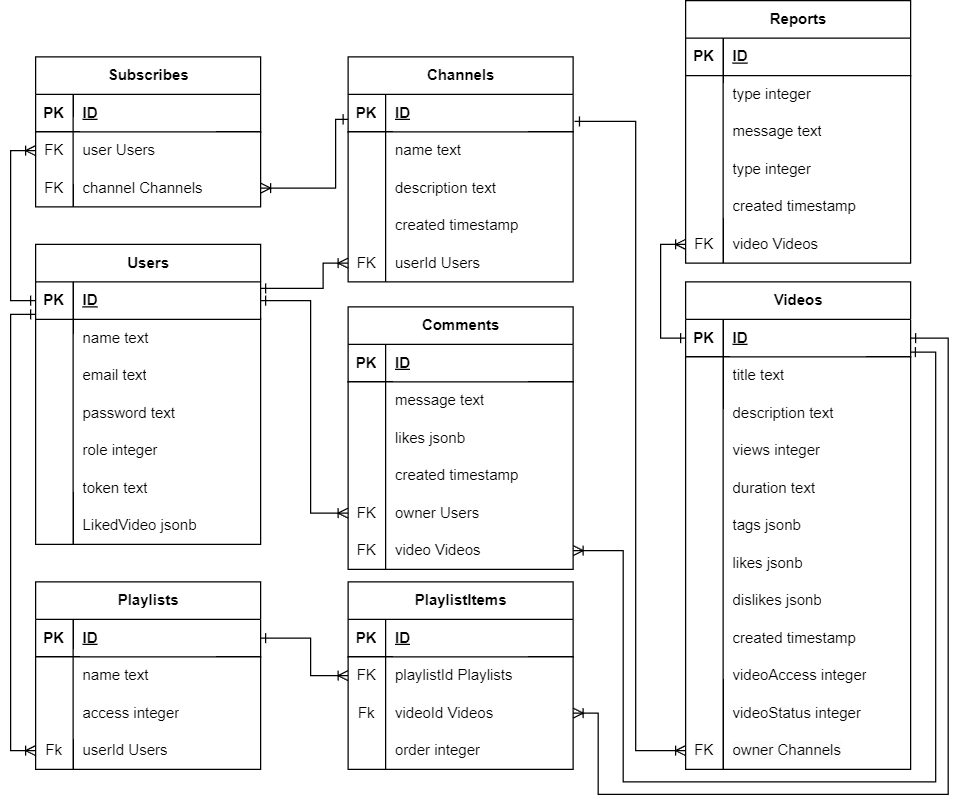
This is BD.drawio.png from DioMain/BYTUBE, a draw.io export, as it was before one commit. Source tidied: cells renumbered, new cells last; positions are measured from the earlier drawing's top-left corner, leaving out a move shared by most shapes.
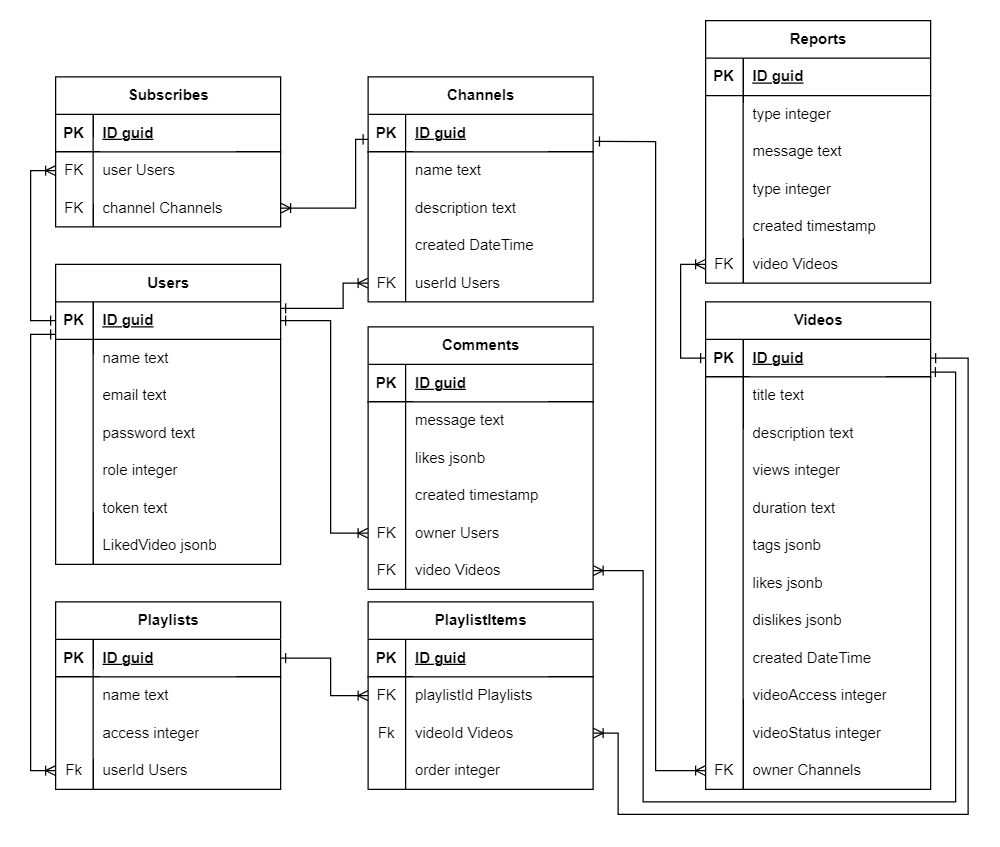
Later version of the same file.

Diff of the diagram source:
```diff
@@ -11,7 +11,7 @@
     <mxCell id="4" value="PK" style="shape=partialRectangle;fillColor=none;top=0;left=0;bottom=0;right=0;fontStyle=1;overflow=hidden;whiteSpace=wrap;html=1;" parent="3" vertex="1">
       <mxGeometry width="30" height="30" as="geometry" />
     </mxCell>
-    <mxCell id="5" value="ID" style="shape=partialRectangle;fillColor=none;top=0;left=0;bottom=0;right=0;align=left;spacingLeft=6;fontStyle=5;overflow=hidden;whiteSpace=wrap;html=1;" parent="3" vertex="1">
+    <mxCell id="5" value="ID guid" style="shape=partialRectangle;fillColor=none;top=0;left=0;bottom=0;right=0;align=left;spacingLeft=6;fontStyle=5;overflow=hidden;whiteSpace=wrap;html=1;" parent="3" vertex="1">
       <mxGeometry x="30" width="150" height="30" as="geometry" />
     </mxCell>
     <mxCell id="6" style="shape=tableRow;horizontal=0;startSize=0;swimlaneHead=0;swimlaneBody=0;fillColor=none;top=0;left=0;right=0;bottom=0;" parent="2" vertex="1">
@@ -77,7 +77,7 @@
     <mxCell id="26" value="PK" style="shape=partialRectangle;fillColor=none;top=0;left=0;bottom=0;right=0;fontStyle=1;overflow=hidden;whiteSpace=wrap;html=1;" parent="25" vertex="1">
       <mxGeometry width="30" height="30" as="geometry" />
     </mxCell>
-    <mxCell id="27" value="ID" style="shape=partialRectangle;fillColor=none;top=0;left=0;bottom=0;right=0;align=left;spacingLeft=6;fontStyle=5;overflow=hidden;whiteSpace=wrap;html=1;" parent="25" vertex="1">
+    <mxCell id="27" value="ID guid" style="shape=partialRectangle;fillColor=none;top=0;left=0;bottom=0;right=0;align=left;spacingLeft=6;fontStyle=5;overflow=hidden;whiteSpace=wrap;html=1;" parent="25" vertex="1">
       <mxGeometry x="30" width="150" height="30" as="geometry" />
     </mxCell>
     <mxCell id="28" style="shape=tableRow;horizontal=0;startSize=0;swimlaneHead=0;swimlaneBody=0;fillColor=none;top=0;left=0;right=0;bottom=0;" parent="24" vertex="1">
@@ -104,7 +104,7 @@
     <mxCell id="35" style="shape=partialRectangle;fillColor=none;top=0;left=0;bottom=0;right=0;overflow=hidden;whiteSpace=wrap;html=1;" parent="34" vertex="1">
       <mxGeometry width="30" height="30" as="geometry" />
     </mxCell>
-    <mxCell id="36" value="created timestamp" style="shape=partialRectangle;fillColor=none;top=0;left=0;bottom=0;right=0;align=left;spacingLeft=6;overflow=hidden;whiteSpace=wrap;html=1;" parent="34" vertex="1">
+    <mxCell id="36" value="created DateTime" style="shape=partialRectangle;fillColor=none;top=0;left=0;bottom=0;right=0;align=left;spacingLeft=6;overflow=hidden;whiteSpace=wrap;html=1;" parent="34" vertex="1">
       <mxGeometry x="30" width="150" height="30" as="geometry" />
     </mxCell>
     <mxCell id="37" style="shape=tableRow;horizontal=0;startSize=0;swimlaneHead=0;swimlaneBody=0;fillColor=none;points=[[0,0.5],[1,0.5]];portConstraint=eastwest;top=0;left=0;right=0;bottom=0;" parent="24" vertex="1">
@@ -125,7 +125,7 @@
     <mxCell id="42" value="PK" style="shape=partialRectangle;fillColor=none;top=0;left=0;bottom=0;right=0;fontStyle=1;overflow=hidden;whiteSpace=wrap;html=1;" parent="41" vertex="1">
       <mxGeometry width="30" height="30" as="geometry" />
     </mxCell>
-    <mxCell id="43" value="ID" style="shape=partialRectangle;fillColor=none;top=0;left=0;bottom=0;right=0;align=left;spacingLeft=6;fontStyle=5;overflow=hidden;whiteSpace=wrap;html=1;" parent="41" vertex="1">
+    <mxCell id="43" value="ID guid" style="shape=partialRectangle;fillColor=none;top=0;left=0;bottom=0;right=0;align=left;spacingLeft=6;fontStyle=5;overflow=hidden;whiteSpace=wrap;html=1;" parent="41" vertex="1">
       <mxGeometry x="30" width="150" height="30" as="geometry" />
     </mxCell>
     <mxCell id="44" style="shape=tableRow;horizontal=0;startSize=0;swimlaneHead=0;swimlaneBody=0;fillColor=none;top=0;left=0;right=0;bottom=0;" parent="40" vertex="1">
@@ -197,7 +197,7 @@
     <mxCell id="66" style="shape=partialRectangle;fillColor=none;top=0;left=0;bottom=0;right=0;overflow=hidden;whiteSpace=wrap;html=1;" parent="65" vertex="1">
       <mxGeometry width="30" height="30" as="geometry" />
     </mxCell>
-    <mxCell id="67" value="created timestamp" style="shape=partialRectangle;fillColor=none;top=0;left=0;bottom=0;right=0;align=left;spacingLeft=6;overflow=hidden;whiteSpace=wrap;html=1;" parent="65" vertex="1">
+    <mxCell id="67" value="created DateTime" style="shape=partialRectangle;fillColor=none;top=0;left=0;bottom=0;right=0;align=left;spacingLeft=6;overflow=hidden;whiteSpace=wrap;html=1;" parent="65" vertex="1">
       <mxGeometry x="30" width="150" height="30" as="geometry" />
     </mxCell>
     <mxCell id="68" style="shape=tableRow;horizontal=0;startSize=0;swimlaneHead=0;swimlaneBody=0;fillColor=none;top=0;left=0;right=0;bottom=0;" parent="40" vertex="1">
@@ -236,7 +236,7 @@
     <mxCell id="79" value="PK" style="shape=partialRectangle;fillColor=none;top=0;left=0;bottom=0;right=0;fontStyle=1;overflow=hidden;whiteSpace=wrap;html=1;" parent="78" vertex="1">
       <mxGeometry width="30" height="30" as="geometry" />
     </mxCell>
-    <mxCell id="80" value="ID" style="shape=partialRectangle;fillColor=none;top=0;left=0;bottom=0;right=0;align=left;spacingLeft=6;fontStyle=5;overflow=hidden;whiteSpace=wrap;html=1;" parent="78" vertex="1">
+    <mxCell id="80" value="ID guid" style="shape=partialRectangle;fillColor=none;top=0;left=0;bottom=0;right=0;align=left;spacingLeft=6;fontStyle=5;overflow=hidden;whiteSpace=wrap;html=1;" parent="78" vertex="1">
       <mxGeometry x="30" width="150" height="30" as="geometry" />
     </mxCell>
     <mxCell id="81" style="shape=tableRow;horizontal=0;startSize=0;swimlaneHead=0;swimlaneBody=0;fillColor=none;points=[[0,0.5],[1,0.5]];portConstraint=eastwest;top=0;left=0;right=0;bottom=0;" parent="77" vertex="1">
@@ -266,7 +266,7 @@
     <mxCell id="89" value="PK" style="shape=partialRectangle;fillColor=none;top=0;left=0;bottom=0;right=0;fontStyle=1;overflow=hidden;whiteSpace=wrap;html=1;" parent="88" vertex="1">
       <mxGeometry width="30" height="30" as="geometry" />
     </mxCell>
-    <mxCell id="90" value="ID" style="shape=partialRectangle;fillColor=none;top=0;left=0;bottom=0;right=0;align=left;spacingLeft=6;fontStyle=5;overflow=hidden;whiteSpace=wrap;html=1;" parent="88" vertex="1">
+    <mxCell id="90" value="ID guid" style="shape=partialRectangle;fillColor=none;top=0;left=0;bottom=0;right=0;align=left;spacingLeft=6;fontStyle=5;overflow=hidden;whiteSpace=wrap;html=1;" parent="88" vertex="1">
       <mxGeometry x="30" width="150" height="30" as="geometry" />
     </mxCell>
     <mxCell id="91" style="shape=tableRow;horizontal=0;startSize=0;swimlaneHead=0;swimlaneBody=0;fillColor=none;top=0;left=0;right=0;bottom=0;" parent="87" vertex="1">
@@ -323,7 +323,7 @@
     <mxCell id="108" value="PK" style="shape=partialRectangle;fillColor=none;top=0;left=0;bottom=0;right=0;fontStyle=1;overflow=hidden;whiteSpace=wrap;html=1;" parent="107" vertex="1">
       <mxGeometry width="30" height="30" as="geometry" />
     </mxCell>
-    <mxCell id="109" value="ID" style="shape=partialRectangle;fillColor=none;top=0;left=0;bottom=0;right=0;align=left;spacingLeft=6;fontStyle=5;overflow=hidden;whiteSpace=wrap;html=1;" parent="107" vertex="1">
+    <mxCell id="109" value="ID guid" style="shape=partialRectangle;fillColor=none;top=0;left=0;bottom=0;right=0;align=left;spacingLeft=6;fontStyle=5;overflow=hidden;whiteSpace=wrap;html=1;" parent="107" vertex="1">
       <mxGeometry x="30" width="150" height="30" as="geometry" />
     </mxCell>
     <mxCell id="110" style="shape=tableRow;horizontal=0;startSize=0;swimlaneHead=0;swimlaneBody=0;fillColor=none;top=0;left=0;right=0;bottom=0;" parent="106" vertex="1">
@@ -380,7 +380,7 @@
     <mxCell id="127" value="PK" style="shape=partialRectangle;fillColor=none;top=0;left=0;bottom=0;right=0;fontStyle=1;overflow=hidden;whiteSpace=wrap;html=1;" parent="126" vertex="1">
       <mxGeometry width="30" height="30" as="geometry" />
     </mxCell>
-    <mxCell id="128" value="ID" style="shape=partialRectangle;fillColor=none;top=0;left=0;bottom=0;right=0;align=left;spacingLeft=6;fontStyle=5;overflow=hidden;whiteSpace=wrap;html=1;" parent="126" vertex="1">
+    <mxCell id="128" value="ID guid" style="shape=partialRectangle;fillColor=none;top=0;left=0;bottom=0;right=0;align=left;spacingLeft=6;fontStyle=5;overflow=hidden;whiteSpace=wrap;html=1;" parent="126" vertex="1">
       <mxGeometry x="30" width="150" height="30" as="geometry" />
     </mxCell>
     <mxCell id="129" style="shape=tableRow;horizontal=0;startSize=0;swimlaneHead=0;swimlaneBody=0;fillColor=none;points=[[0,0.5],[1,0.5]];portConstraint=eastwest;top=0;left=0;right=0;bottom=0;" parent="125" vertex="1">
@@ -419,7 +419,7 @@
     <mxCell id="140" value="PK" style="shape=partialRectangle;fillColor=none;top=0;left=0;bottom=0;right=0;fontStyle=1;overflow=hidden;whiteSpace=wrap;html=1;" parent="139" vertex="1">
       <mxGeometry width="30" height="30" as="geometry" />
     </mxCell>
-    <mxCell id="141" value="ID" style="shape=partialRectangle;fillColor=none;top=0;left=0;bottom=0;right=0;align=left;spacingLeft=6;fontStyle=5;overflow=hidden;whiteSpace=wrap;html=1;" parent="139" vertex="1">
+    <mxCell id="141" value="ID guid" style="shape=partialRectangle;fillColor=none;top=0;left=0;bottom=0;right=0;align=left;spacingLeft=6;fontStyle=5;overflow=hidden;whiteSpace=wrap;html=1;" parent="139" vertex="1">
       <mxGeometry x="30" width="150" height="30" as="geometry" />
     </mxCell>
     <mxCell id="142" style="shape=tableRow;horizontal=0;startSize=0;swimlaneHead=0;swimlaneBody=0;fillColor=none;top=0;left=0;right=0;bottom=0;" parent="138" vertex="1">
```
